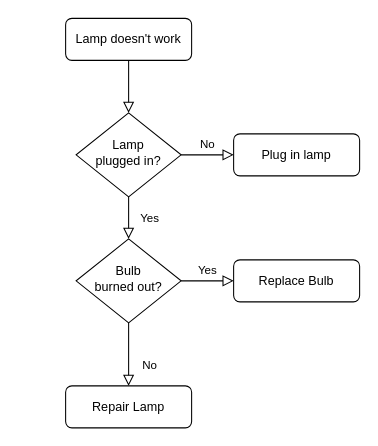
The draw.io diagram Untitled Diagram.drawio in Jeongjuheon2018/CP2_201802155, before the edit. Source tidied: cells renumbered, new cells numbered last; positions are measured from the earlier drawing's top-left corner, leaving out a move shared by most shapes. Both pictures are drawn from the tidied source at 105%, with x=0, y=0 at pixel (65, 18).
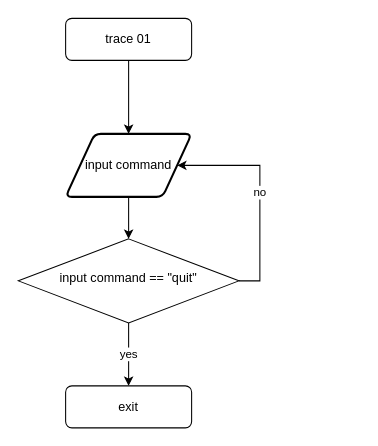
After the change.

Change to the diagram source:
```diff
@@
 <mxGraphModel>
   <root>
     <mxCell id="0" />
     <mxCell id="1" parent="0" />
-    <mxCell id="2" style="rounded=0;html=1;jettySize=auto;fontSize=11;endArrow=block;endFill=0;endSize=8;strokeWidth=1;shadow=0;labelBackgroundColor=none;edgeStyle=orthogonalEdgeStyle;" parent="1" edge="1" source="3" target="6">
-      <mxGeometry relative="1" as="geometry" />
-    </mxCell>
+    <mxCell id="13" style="edgeStyle=orthogonalEdgeStyle;rounded=0;jettySize=auto;html=1;labelBackgroundColor=default;fontColor=default;strokeColor=default;" parent="1" edge="1" source="3" target="16">
+      <mxGeometry relative="1" as="geometry" />
+    </mxCell>
-    <mxCell id="3" value="Lamp doesn't work" style="rounded=1;whiteSpace=wrap;html=1;fontSize=12;glass=0;strokeWidth=1;shadow=0;" parent="1" vertex="1">
+    <mxCell id="3" value="trace 01" style="rounded=1;whiteSpace=wrap;html=1;fontSize=12;glass=0;strokeWidth=1;shadow=0;fillColor=default;strokeColor=default;fontColor=default;" parent="1" vertex="1">
       <mxGeometry width="120" height="40" as="geometry" />
     </mxCell>
-    <mxCell id="4" value="Yes" style="rounded=0;html=1;jettySize=auto;fontSize=11;endArrow=block;endFill=0;endSize=8;strokeWidth=1;shadow=0;labelBackgroundColor=none;edgeStyle=orthogonalEdgeStyle;" parent="1" edge="1" source="6" target="10">
-      <mxGeometry y="20" relative="1" as="geometry" />
-    </mxCell>
-    <mxCell id="5" value="No" style="edgeStyle=orthogonalEdgeStyle;rounded=0;html=1;jettySize=auto;fontSize=11;endArrow=block;endFill=0;endSize=8;strokeWidth=1;shadow=0;labelBackgroundColor=none;" parent="1" edge="1" source="6" target="7">
-      <mxGeometry y="10" relative="1" as="geometry" />
-    </mxCell>
-    <mxCell id="6" value="Lamp&lt;br&gt;plugged in?" style="rhombus;whiteSpace=wrap;html=1;shadow=0;fontFamily=Helvetica;fontSize=12;align=center;strokeWidth=1;spacing=6;spacingTop=-4;" parent="1" vertex="1">
-      <mxGeometry x="10" y="90" width="100" height="80" as="geometry" />
-    </mxCell>
-    <mxCell id="7" value="Plug in lamp" style="rounded=1;whiteSpace=wrap;html=1;fontSize=12;glass=0;strokeWidth=1;shadow=0;" parent="1" vertex="1">
-      <mxGeometry x="160" y="110" width="120" height="40" as="geometry" />
-    </mxCell>
-    <mxCell id="8" value="No" style="rounded=0;html=1;jettySize=auto;fontSize=11;endArrow=block;endFill=0;endSize=8;strokeWidth=1;shadow=0;labelBackgroundColor=none;edgeStyle=orthogonalEdgeStyle;" parent="1" edge="1" source="10" target="11">
-      <mxGeometry x="0.33" y="20" relative="1" as="geometry" />
+    <mxCell id="8" value="yes" style="edgeStyle=orthogonalEdgeStyle;rounded=0;jettySize=auto;html=1;exitX=0.5;exitY=1;exitDx=0;exitDy=0;entryX=0.5;entryY=0;entryDx=0;entryDy=0;labelBackgroundColor=default;fontColor=default;strokeColor=default;" parent="1" edge="1" source="10" target="11">
+      <mxGeometry relative="1" as="geometry" />
     </mxCell>
-    <mxCell id="9" value="Yes" style="edgeStyle=orthogonalEdgeStyle;rounded=0;html=1;jettySize=auto;fontSize=11;endArrow=block;endFill=0;endSize=8;strokeWidth=1;shadow=0;labelBackgroundColor=none;" parent="1" edge="1" source="10" target="12">
-      <mxGeometry y="10" relative="1" as="geometry" />
-    </mxCell>
+    <mxCell id="14" value="no" style="edgeStyle=orthogonalEdgeStyle;rounded=0;jettySize=auto;html=1;exitX=1;exitY=0.5;exitDx=0;exitDy=0;labelBackgroundColor=default;fontColor=default;strokeColor=default;entryX=1;entryY=0.5;entryDx=0;entryDy=0;" parent="1" edge="1" source="10" target="16">
+      <mxGeometry relative="1" as="geometry">
+        <Array as="points">
+          <mxPoint x="185" y="250" />
+          <mxPoint x="185" y="140" />
+        </Array>
+      </mxGeometry>
+    </mxCell>
-    <mxCell id="10" value="Bulb&lt;br&gt;burned out?" style="rhombus;whiteSpace=wrap;html=1;shadow=0;fontFamily=Helvetica;fontSize=12;align=center;strokeWidth=1;spacing=6;spacingTop=-4;" parent="1" vertex="1">
-      <mxGeometry x="10" y="210" width="100" height="80" as="geometry" />
+    <mxCell id="10" value="input command == &quot;quit&quot;" style="rhombus;whiteSpace=wrap;html=1;shadow=0;fontFamily=Helvetica;fontSize=12;align=center;strokeWidth=1;spacing=6;spacingTop=-4;fillColor=default;strokeColor=default;fontColor=default;" parent="1" vertex="1">
+      <mxGeometry x="-45" y="210" width="210" height="80" as="geometry" />
     </mxCell>
-    <mxCell id="11" value="Repair Lamp" style="rounded=1;whiteSpace=wrap;html=1;fontSize=12;glass=0;strokeWidth=1;shadow=0;" parent="1" vertex="1">
+    <mxCell id="11" value="exit" style="rounded=1;whiteSpace=wrap;html=1;fontSize=12;glass=0;strokeWidth=1;shadow=0;" parent="1" vertex="1">
       <mxGeometry y="350" width="120" height="40" as="geometry" />
     </mxCell>
-    <mxCell id="12" value="Replace Bulb" style="rounded=1;whiteSpace=wrap;html=1;fontSize=12;glass=0;strokeWidth=1;shadow=0;" parent="1" vertex="1">
-      <mxGeometry x="160" y="230" width="120" height="40" as="geometry" />
-    </mxCell>
+    <mxCell id="15" style="edgeStyle=orthogonalEdgeStyle;rounded=0;jettySize=auto;html=1;exitX=0.5;exitY=1;exitDx=0;exitDy=0;entryX=0.5;entryY=0;entryDx=0;entryDy=0;labelBackgroundColor=default;fontColor=default;strokeColor=default;" parent="1" edge="1" source="16" target="10">
+      <mxGeometry relative="1" as="geometry" />
+    </mxCell>
+    <mxCell id="16" value="input command" style="shape=parallelogram;html=1;strokeWidth=2;perimeter=parallelogramPerimeter;whiteSpace=wrap;rounded=1;arcSize=12;size=0.23;fillColor=default;strokeColor=default;fontColor=default;" parent="1" vertex="1">
+      <mxGeometry y="110" width="120" height="60" as="geometry" />
+    </mxCell>
   </root>
 </mxGraphModel>
```
